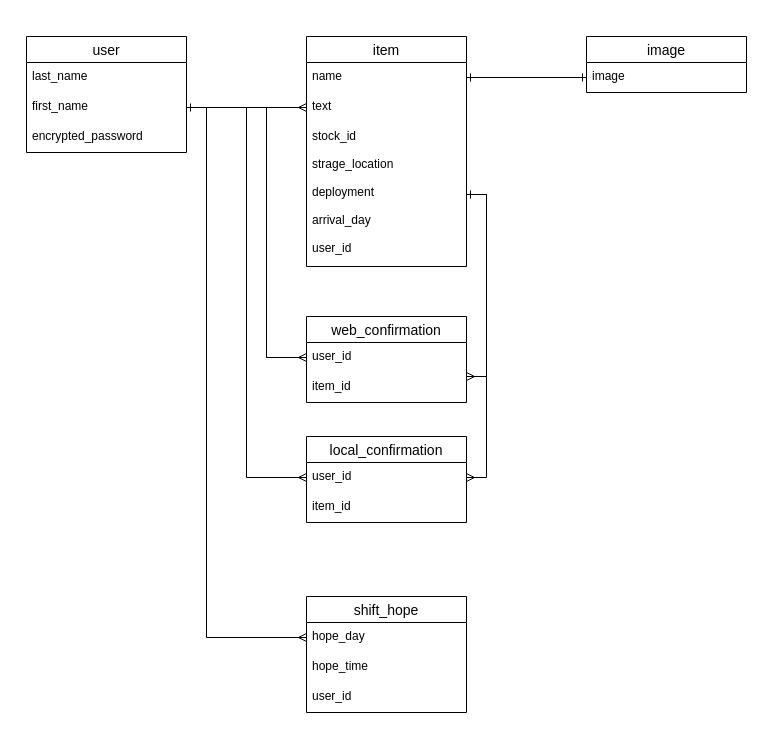
Earlier version of the draw.io diagram ER.dio (nakakou0703/kyo_yu_2021). Source tidied: cells renumbered, new cells numbered last; positions are measured from the earlier drawing's top-left corner, leaving out a move shared by most shapes. Both pictures are drawn from the tidied source at 100%, with x=0, y=0 at pixel (26, 36).
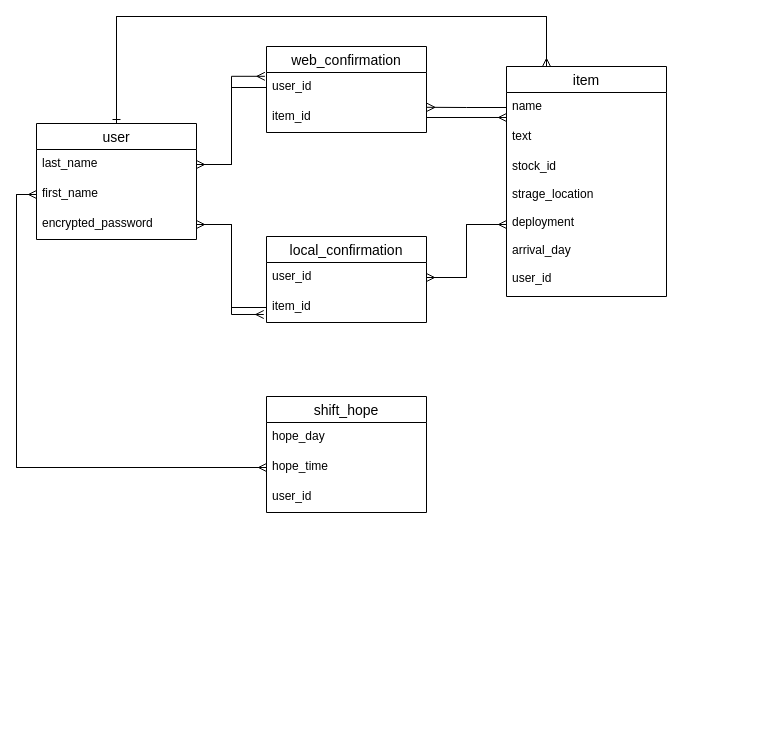
The same page after the edit.

The change refers to these unchanged cells:
```xml
<mxCell id="3" value="last_name" style="text;strokeColor=none;fillColor=none;spacingLeft=4;spacingRight=4;overflow=hidden;points=[[0,0.5],[1,0.5]];portConstraint=eastwest;fontSize=12;" parent="2" vertex="1">
  <mxGeometry y="26" width="160" height="30" as="geometry" />
</mxCell>
<mxCell id="4" value="first_name" style="text;strokeColor=none;fillColor=none;spacingLeft=4;spacingRight=4;overflow=hidden;points=[[0,0.5],[1,0.5]];portConstraint=eastwest;fontSize=12;" parent="2" vertex="1">
  <mxGeometry y="56" width="160" height="30" as="geometry" />
</mxCell>
<mxCell id="5" value="encrypted_password" style="text;strokeColor=none;fillColor=none;spacingLeft=4;spacingRight=4;overflow=hidden;points=[[0,0.5],[1,0.5]];portConstraint=eastwest;fontSize=12;" parent="2" vertex="1">
  <mxGeometry y="86" width="160" height="30" as="geometry" />
</mxCell>
<mxCell id="7" value="name" style="text;strokeColor=none;fillColor=none;spacingLeft=4;spacingRight=4;overflow=hidden;points=[[0,0.5],[1,0.5]];portConstraint=eastwest;fontSize=12;" parent="6" vertex="1">
  <mxGeometry y="26" width="160" height="30" as="geometry" />
</mxCell>
<mxCell id="8" value="text" style="text;strokeColor=none;fillColor=none;spacingLeft=4;spacingRight=4;overflow=hidden;points=[[0,0.5],[1,0.5]];portConstraint=eastwest;fontSize=12;" parent="6" vertex="1">
  <mxGeometry y="56" width="160" height="30" as="geometry" />
</mxCell>
<mxCell id="9" value="stock_id&#10;&#10;strage_location&#10;&#10;deployment&#10;&#10;arrival_day&#10;&#10;user_id" style="text;strokeColor=none;fillColor=none;spacingLeft=4;spacingRight=4;overflow=hidden;points=[[0,0.5],[1,0.5]];portConstraint=eastwest;fontSize=12;" parent="6" vertex="1">
  <mxGeometry y="86" width="160" height="144" as="geometry" />
</mxCell>
<mxCell id="13" value="user_id" style="text;strokeColor=none;fillColor=none;spacingLeft=4;spacingRight=4;overflow=hidden;points=[[0,0.5],[1,0.5]];portConstraint=eastwest;fontSize=12;" parent="12" vertex="1">
  <mxGeometry y="26" width="160" height="30" as="geometry" />
</mxCell>
<mxCell id="14" value="item_id" style="text;strokeColor=none;fillColor=none;spacingLeft=4;spacingRight=4;overflow=hidden;points=[[0,0.5],[1,0.5]];portConstraint=eastwest;fontSize=12;" parent="12" vertex="1">
  <mxGeometry y="56" width="160" height="30" as="geometry" />
</mxCell>
<mxCell id="16" value="hope_day" style="text;strokeColor=none;fillColor=none;spacingLeft=4;spacingRight=4;overflow=hidden;points=[[0,0.5],[1,0.5]];portConstraint=eastwest;fontSize=12;" parent="15" vertex="1">
  <mxGeometry y="26" width="160" height="30" as="geometry" />
</mxCell>
<mxCell id="17" value="hope_time" style="text;strokeColor=none;fillColor=none;spacingLeft=4;spacingRight=4;overflow=hidden;points=[[0,0.5],[1,0.5]];portConstraint=eastwest;fontSize=12;" parent="15" vertex="1">
  <mxGeometry y="56" width="160" height="30" as="geometry" />
</mxCell>
<mxCell id="28" value="user_id" style="text;strokeColor=none;fillColor=none;spacingLeft=4;spacingRight=4;overflow=hidden;points=[[0,0.5],[1,0.5]];portConstraint=eastwest;fontSize=12;" parent="27" vertex="1">
  <mxGeometry y="26" width="160" height="30" as="geometry" />
</mxCell>
<mxCell id="29" value="item_id" style="text;strokeColor=none;fillColor=none;spacingLeft=4;spacingRight=4;overflow=hidden;points=[[0,0.5],[1,0.5]];portConstraint=eastwest;fontSize=12;" parent="27" vertex="1">
  <mxGeometry y="56" width="160" height="30" as="geometry" />
</mxCell>
```

Diff of the diagram source:
```diff
@@
+    <mxCell id="32" style="edgeStyle=orthogonalEdgeStyle;rounded=0;jettySize=auto;html=1;exitX=0.5;exitY=0;exitDx=0;exitDy=0;entryX=0.25;entryY=0;entryDx=0;entryDy=0;endArrow=ERmany;endFill=0;" parent="1" edge="1" source="2" target="6">
+      <mxGeometry relative="1" as="geometry">
+        <Array as="points">
+          <mxPoint x="90" y="-20" />
+          <mxPoint x="520" y="-20" />
+        </Array>
+      </mxGeometry>
+    </mxCell>
     <mxCell id="2" value="user" style="swimlane;fontStyle=0;horizontal=1;startSize=26;align=center;fontSize=14;" parent="1" vertex="1">
-      <mxGeometry width="160" height="116" as="geometry" />
+      <mxGeometry x="10" y="87" width="160" height="116" as="geometry" />
     </mxCell>
@@
+    <mxCell id="33" style="edgeStyle=orthogonalEdgeStyle;rounded=0;jettySize=auto;html=1;exitX=0.25;exitY=0;exitDx=0;exitDy=0;entryX=0.5;entryY=0;entryDx=0;entryDy=0;endArrow=ERone;endFill=0;" parent="1" edge="1" source="6" target="2">
+      <mxGeometry relative="1" as="geometry">
+        <Array as="points">
+          <mxPoint x="520" y="-20" />
+          <mxPoint x="90" y="-20" />
+        </Array>
+      </mxGeometry>
+    </mxCell>
     <mxCell id="6" value="item" style="swimlane;fontStyle=0;horizontal=1;startSize=26;align=center;fontSize=14;" parent="1" vertex="1">
-      <mxGeometry x="280" width="160" height="230" as="geometry" />
+      <mxGeometry x="480" y="30" width="160" height="230" as="geometry" />
     </mxCell>
@@
-    <mxCell id="10" value="image" style="swimlane;fontStyle=0;horizontal=1;startSize=26;align=center;fontSize=14;" parent="1" vertex="1">
-      <mxGeometry x="560" width="160" height="56" as="geometry" />
-    </mxCell>
-    <mxCell id="11" value="image" style="text;strokeColor=none;fillColor=none;spacingLeft=4;spacingRight=4;overflow=hidden;points=[[0,0.5],[1,0.5]];portConstraint=eastwest;fontSize=12;" parent="10" vertex="1">
-      <mxGeometry y="26" width="160" height="30" as="geometry" />
-    </mxCell>
     <mxCell id="12" value="web_confirmation" style="swimlane;fontStyle=0;horizontal=1;startSize=26;align=center;fontSize=14;" parent="1" vertex="1">
-      <mxGeometry x="280" y="280" width="160" height="86" as="geometry" />
+      <mxGeometry x="240" y="10" width="160" height="86" as="geometry" />
     </mxCell>
@@
     <mxCell id="15" value="shift_hope" style="swimlane;fontStyle=0;horizontal=1;startSize=26;align=center;fontSize=14;" parent="1" vertex="1">
-      <mxGeometry x="280" y="560" width="160" height="116" as="geometry" />
+      <mxGeometry x="240" y="360" width="160" height="116" as="geometry" />
     </mxCell>
@@
-    <mxCell id="19" style="edgeStyle=orthogonalEdgeStyle;rounded=0;jettySize=auto;html=1;exitX=1;exitY=0.5;exitDx=0;exitDy=0;entryX=0;entryY=0.5;entryDx=0;entryDy=0;endArrow=ERmany;endFill=0;" parent="1" edge="1" source="4" target="8">
-      <mxGeometry relative="1" as="geometry" />
-    </mxCell>
-    <mxCell id="20" style="edgeStyle=orthogonalEdgeStyle;rounded=0;jettySize=auto;html=1;exitX=1;exitY=0.5;exitDx=0;exitDy=0;entryX=0;entryY=0.5;entryDx=0;entryDy=0;endArrow=ERmany;endFill=0;" parent="1" edge="1" source="4" target="16">
-      <mxGeometry relative="1" as="geometry">
-        <Array as="points">
-          <mxPoint x="180" y="71" />
-          <mxPoint x="180" y="601" />
-        </Array>
-      </mxGeometry>
-    </mxCell>
-    <mxCell id="21" style="edgeStyle=orthogonalEdgeStyle;rounded=0;jettySize=auto;html=1;exitX=1;exitY=0.5;exitDx=0;exitDy=0;entryX=0;entryY=0.5;entryDx=0;entryDy=0;endArrow=ERmany;endFill=0;" parent="1" edge="1" source="4">
-      <mxGeometry relative="1" as="geometry">
-        <mxPoint x="280" y="321" as="targetPoint" />
-        <Array as="points">
-          <mxPoint x="240" y="71" />
-          <mxPoint x="240" y="321" />
-        </Array>
-      </mxGeometry>
-    </mxCell>
-    <mxCell id="22" style="edgeStyle=orthogonalEdgeStyle;rounded=0;jettySize=auto;html=1;exitX=0;exitY=0.5;exitDx=0;exitDy=0;endArrow=ERone;endFill=0;entryX=1;entryY=0.5;entryDx=0;entryDy=0;" parent="1" edge="1" target="4">
-      <mxGeometry relative="1" as="geometry">
-        <mxPoint x="280" y="321" as="sourcePoint" />
-        <Array as="points">
-          <mxPoint x="240" y="321" />
-          <mxPoint x="240" y="71" />
-        </Array>
-      </mxGeometry>
-    </mxCell>
-    <mxCell id="23" style="edgeStyle=orthogonalEdgeStyle;rounded=0;jettySize=auto;html=1;exitX=0;exitY=0.5;exitDx=0;exitDy=0;entryX=1;entryY=0.5;entryDx=0;entryDy=0;endArrow=ERone;endFill=0;" parent="1" edge="1" source="11" target="7">
-      <mxGeometry relative="1" as="geometry" />
-    </mxCell>
-    <mxCell id="24" style="edgeStyle=orthogonalEdgeStyle;rounded=0;jettySize=auto;html=1;exitX=1;exitY=0.5;exitDx=0;exitDy=0;entryX=0;entryY=0.5;entryDx=0;entryDy=0;endArrow=ERone;endFill=0;" parent="1" edge="1" source="7" target="11">
-      <mxGeometry relative="1" as="geometry" />
-    </mxCell>
-    <mxCell id="25" style="edgeStyle=orthogonalEdgeStyle;rounded=0;jettySize=auto;html=1;exitX=1;exitY=0.5;exitDx=0;exitDy=0;entryX=1;entryY=0.5;entryDx=0;entryDy=0;endArrow=ERone;endFill=0;" parent="1" edge="1" target="9">
-      <mxGeometry relative="1" as="geometry">
-        <mxPoint x="440" y="321" as="sourcePoint" />
-        <Array as="points">
-          <mxPoint x="440" y="340" />
-          <mxPoint x="460" y="340" />
-          <mxPoint x="460" y="158" />
-        </Array>
-      </mxGeometry>
-    </mxCell>
-    <mxCell id="26" style="edgeStyle=orthogonalEdgeStyle;rounded=0;jettySize=auto;html=1;exitX=1;exitY=0.5;exitDx=0;exitDy=0;endArrow=ERmany;endFill=0;" parent="1" edge="1" source="9">
-      <mxGeometry relative="1" as="geometry">
-        <mxPoint x="440" y="340" as="targetPoint" />
-        <Array as="points">
-          <mxPoint x="460" y="158" />
-          <mxPoint x="460" y="340" />
-          <mxPoint x="444" y="340" />
-        </Array>
-      </mxGeometry>
-    </mxCell>
     <mxCell id="27" value="local_confirmation" style="swimlane;fontStyle=0;horizontal=1;startSize=26;align=center;fontSize=14;" parent="1" vertex="1">
-      <mxGeometry x="280" y="400" width="160" height="86" as="geometry" />
+      <mxGeometry x="240" y="200" width="160" height="86" as="geometry" />
     </mxCell>
@@
+    <mxCell id="34" style="edgeStyle=orthogonalEdgeStyle;rounded=0;jettySize=auto;html=1;exitX=0;exitY=0.5;exitDx=0;exitDy=0;entryX=0;entryY=0.5;entryDx=0;entryDy=0;endArrow=ERmany;endFill=0;" parent="1" edge="1" source="4" target="17">
+      <mxGeometry relative="1" as="geometry" />
+    </mxCell>
+    <mxCell id="35" style="edgeStyle=orthogonalEdgeStyle;rounded=0;jettySize=auto;html=1;exitX=0;exitY=0.5;exitDx=0;exitDy=0;entryX=0;entryY=0.5;entryDx=0;entryDy=0;endArrow=ERmany;endFill=0;" parent="1" edge="1" source="17" target="4">
+      <mxGeometry relative="1" as="geometry" />
+    </mxCell>
+    <mxCell id="36" style="edgeStyle=orthogonalEdgeStyle;rounded=0;jettySize=auto;html=1;exitX=1;exitY=0.5;exitDx=0;exitDy=0;entryX=-0.01;entryY=0.127;entryDx=0;entryDy=0;entryPerimeter=0;endArrow=ERmany;endFill=0;" parent="1" edge="1" source="3" target="13">
+      <mxGeometry relative="1" as="geometry" />
+    </mxCell>
+    <mxCell id="37" style="edgeStyle=orthogonalEdgeStyle;rounded=0;jettySize=auto;html=1;exitX=0;exitY=0.5;exitDx=0;exitDy=0;entryX=1.003;entryY=0.16;entryDx=0;entryDy=0;entryPerimeter=0;endArrow=ERmany;endFill=0;" parent="1" edge="1" source="7" target="14">
+      <mxGeometry relative="1" as="geometry" />
+    </mxCell>
-    <mxCell id="30" style="edgeStyle=orthogonalEdgeStyle;rounded=0;jettySize=auto;html=1;exitX=1;exitY=0.5;exitDx=0;exitDy=0;entryX=1;entryY=0.5;entryDx=0;entryDy=0;endArrow=ERmany;endFill=0;" parent="1" edge="1" source="9" target="28">
+    <mxCell id="30" style="edgeStyle=orthogonalEdgeStyle;rounded=0;jettySize=auto;html=1;exitX=0;exitY=0.5;exitDx=0;exitDy=0;entryX=1;entryY=0.5;entryDx=0;entryDy=0;endArrow=ERmany;endFill=0;" parent="1" edge="1" source="9" target="28">
       <mxGeometry relative="1" as="geometry" />
     </mxCell>
-    <mxCell id="31" style="edgeStyle=orthogonalEdgeStyle;rounded=0;jettySize=auto;html=1;exitX=1;exitY=0.5;exitDx=0;exitDy=0;entryX=0;entryY=0.5;entryDx=0;entryDy=0;endArrow=ERmany;endFill=0;" parent="1" edge="1" source="4" target="28">
-      <mxGeometry relative="1" as="geometry" />
-    </mxCell>
+    <mxCell id="38" style="edgeStyle=orthogonalEdgeStyle;rounded=0;jettySize=auto;html=1;exitX=1;exitY=0.5;exitDx=0;exitDy=0;entryX=0;entryY=0.833;entryDx=0;entryDy=0;entryPerimeter=0;endArrow=ERmany;endFill=0;" parent="1" edge="1" source="14" target="7">
+      <mxGeometry relative="1" as="geometry" />
+    </mxCell>
+    <mxCell id="39" style="edgeStyle=orthogonalEdgeStyle;rounded=0;jettySize=auto;html=1;exitX=1;exitY=0.5;exitDx=0;exitDy=0;entryX=0;entryY=0.5;entryDx=0;entryDy=0;endArrow=ERmany;endFill=0;" parent="1" edge="1" source="28" target="9">
+      <mxGeometry relative="1" as="geometry" />
+    </mxCell>
+    <mxCell id="40" style="edgeStyle=orthogonalEdgeStyle;rounded=0;jettySize=auto;html=1;exitX=1;exitY=0.5;exitDx=0;exitDy=0;entryX=-0.017;entryY=0.733;entryDx=0;entryDy=0;endArrow=ERmany;endFill=0;entryPerimeter=0;" parent="1" edge="1" source="5" target="29">
+      <mxGeometry relative="1" as="geometry" />
+    </mxCell>
+    <mxCell id="41" style="edgeStyle=orthogonalEdgeStyle;rounded=0;jettySize=auto;html=1;exitX=0;exitY=0.5;exitDx=0;exitDy=0;entryX=1;entryY=0.5;entryDx=0;entryDy=0;endArrow=ERmany;endFill=0;" parent="1" edge="1" source="29" target="5">
+      <mxGeometry relative="1" as="geometry" />
+    </mxCell>
+    <mxCell id="42" style="edgeStyle=orthogonalEdgeStyle;rounded=0;jettySize=auto;html=1;exitX=0;exitY=0.5;exitDx=0;exitDy=0;entryX=1;entryY=0.5;entryDx=0;entryDy=0;endArrow=ERmany;endFill=0;" parent="1" edge="1" source="13" target="3">
+      <mxGeometry relative="1" as="geometry" />
+    </mxCell>
```
